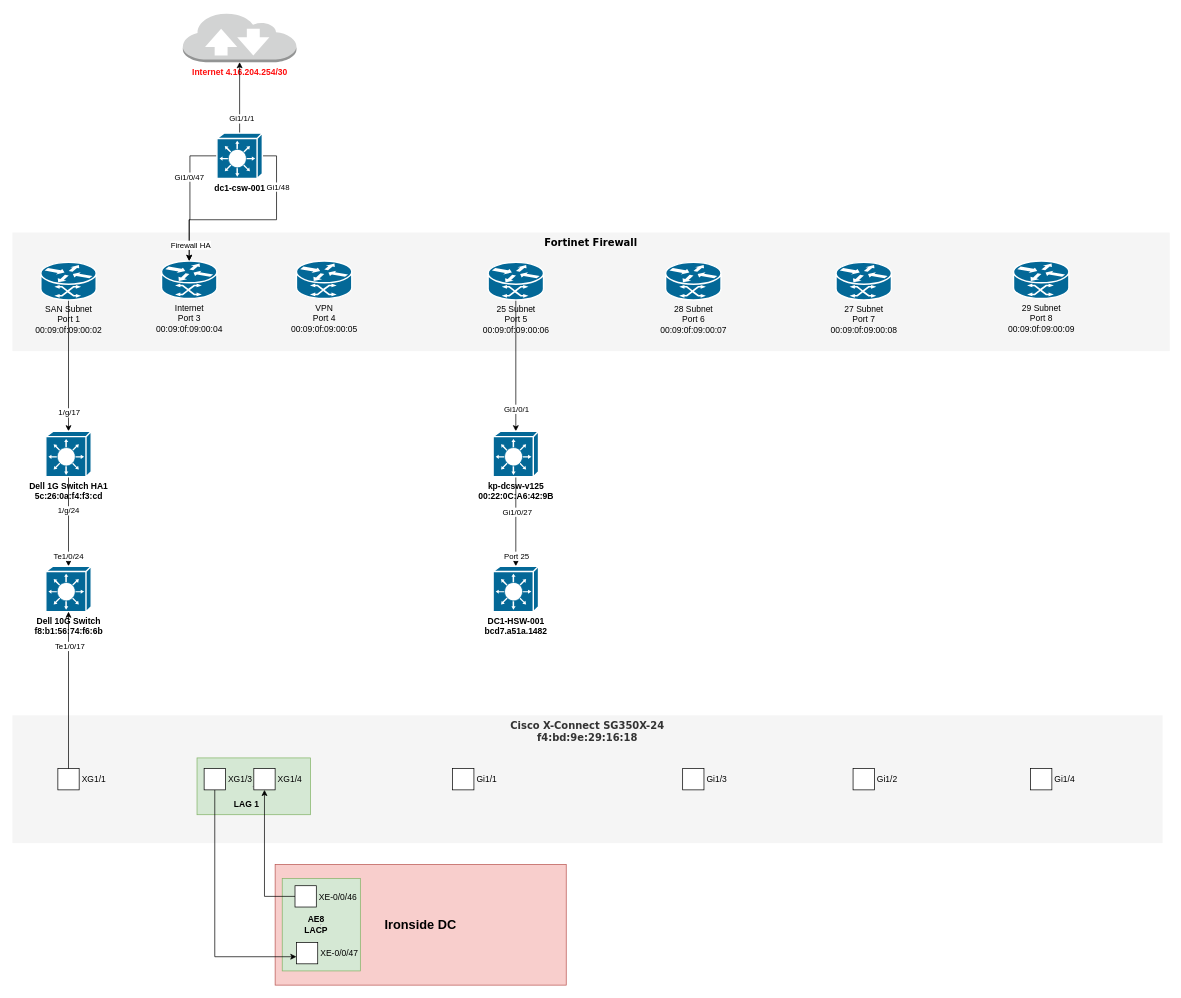
The draw.io diagram Kifer.drawio in nhackl/Draw.io, before the edit. Source tidied: cells renumbered, new cells numbered last; positions are measured from the earlier drawing's top-left corner, leaving out a move shared by most shapes. Both pictures are drawn from the tidied source at 71%, with x=0, y=0 at pixel (12, 12).
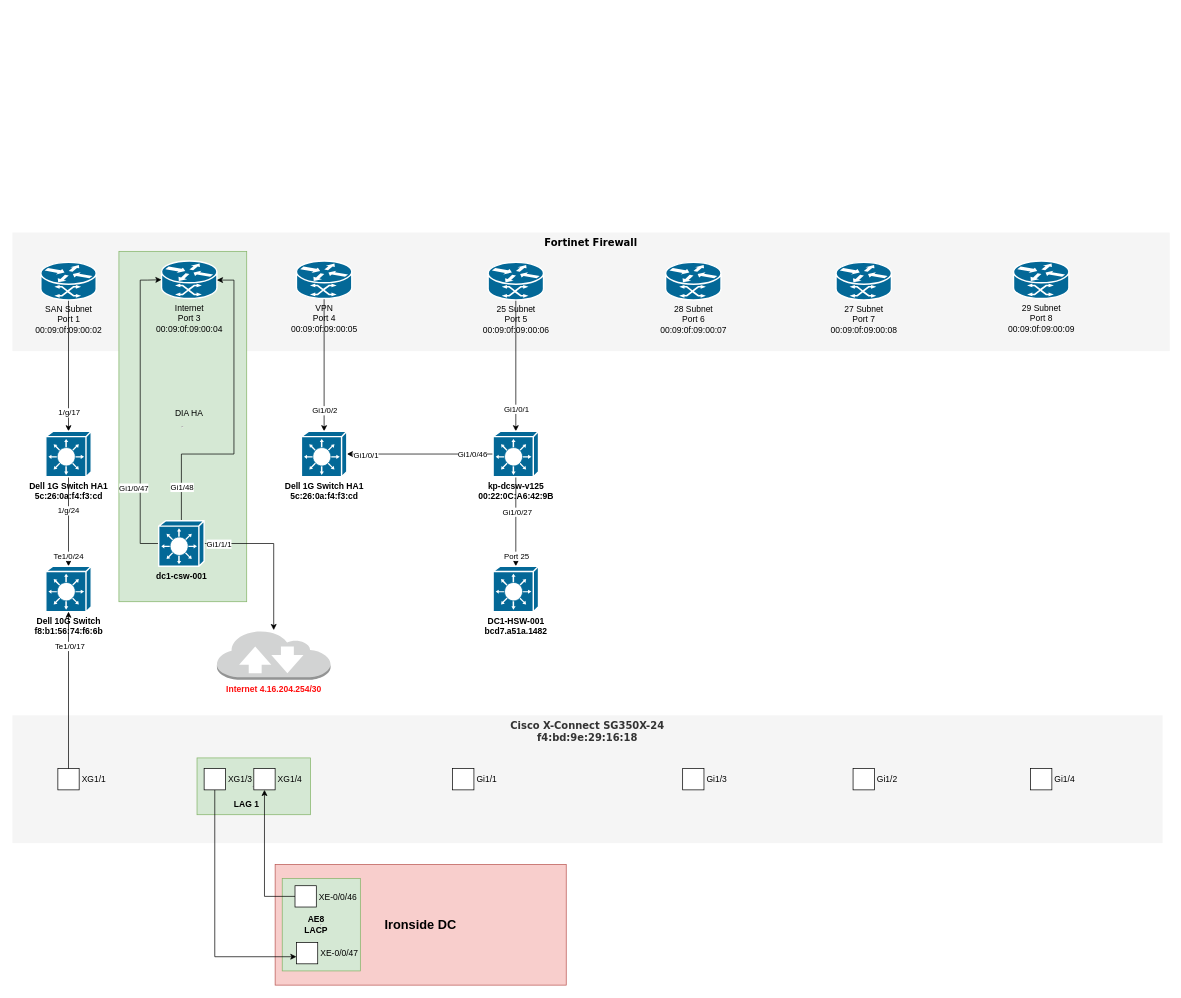
The same diagram, later.

The change refers to these unchanged cells:
```xml
<mxCell id="16" value="&lt;div&gt;VPN&lt;/div&gt;&lt;div&gt;Port 4&lt;/div&gt;&lt;div&gt;00:09:0f:09:00:05&lt;/div&gt;" style="shape=mxgraph.cisco.routers.atm_router;sketch=0;html=1;dashed=0;fillColor=#036897;strokeColor=#ffffff;strokeWidth=2;verticalLabelPosition=bottom;verticalAlign=top;align=center;outlineConnect=0;" parent="1" vertex="1">
  <mxGeometry x="400" y="350" width="78" height="53" as="geometry" />
</mxCell>
<mxCell id="17" value="&lt;div&gt;Internet&lt;/div&gt;&lt;div&gt;Port 3&lt;/div&gt;&lt;div&gt;00:09:0f:09:00:04&lt;/div&gt;" style="shape=mxgraph.cisco.routers.atm_router;sketch=0;html=1;dashed=0;fillColor=#036897;strokeColor=#ffffff;strokeWidth=2;verticalLabelPosition=bottom;verticalAlign=top;align=center;outlineConnect=0;" parent="1" vertex="1">
  <mxGeometry x="210" y="350" width="78" height="53" as="geometry" />
</mxCell>
<mxCell id="22" value="&lt;div&gt;&lt;b&gt;kp-dcsw-v125&lt;br&gt;&lt;/b&gt;&lt;/div&gt;&lt;div&gt;&lt;b&gt;00:22:0C:A6:42:9B&lt;/b&gt;&lt;/div&gt;" style="shape=mxgraph.cisco.switches.layer_3_switch;sketch=0;html=1;dashed=0;fillColor=#036897;strokeColor=#ffffff;strokeWidth=2;verticalLabelPosition=bottom;verticalAlign=top;align=center;outlineConnect=0;" parent="1" vertex="1">
  <mxGeometry x="677" y="590" width="64" height="64" as="geometry" />
</mxCell>
<mxCell id="28" style="edgeStyle=orthogonalEdgeStyle;rounded=0;jettySize=auto;html=1;" parent="1" edge="1" source="30" target="18">
  <mxGeometry relative="1" as="geometry" />
</mxCell>
```

What changed in the source:
```diff
@@
+    <mxCell id="6" value="Fortinet Firewall" style="whiteSpace=wrap;html=1;rounded=0;shadow=0;comic=0;strokeWidth=1;fontFamily=Verdana;fontSize=14;fillColor=#f5f5f5;strokeColor=none;verticalAlign=top;fontStyle=1;" parent="1" vertex="1">
+      <mxGeometry y="310" width="1630" height="167" as="geometry" />
+    </mxCell>
+    <mxCell id="52" value="&lt;hr&gt;" style="rounded=0;whiteSpace=wrap;html=1;fillColor=#d5e8d4;strokeColor=#82b366;gradientColor=none;" parent="1" vertex="1">
+      <mxGeometry x="150" y="336.5" width="180" height="493.5" as="geometry" />
+    </mxCell>
@@
-    <mxCell id="6" value="Fortinet Firewall" style="whiteSpace=wrap;html=1;rounded=0;shadow=0;comic=0;strokeWidth=1;fontFamily=Verdana;fontSize=14;fillColor=#f5f5f5;strokeColor=none;verticalAlign=top;fontStyle=1;" parent="1" vertex="1">
-      <mxGeometry y="310" width="1630" height="167" as="geometry" />
-    </mxCell>
@@
+    <mxCell id="53" style="edgeStyle=orthogonalEdgeStyle;rounded=0;jettySize=auto;html=1;" parent="1" edge="1" source="16" target="58">
+      <mxGeometry relative="1" as="geometry" />
+    </mxCell>
+    <mxCell id="54" value="Gi1/0/2" style="edgeLabel;html=1;align=center;verticalAlign=middle;" parent="53" vertex="1">
+      <mxGeometry x="0.68" relative="1" as="geometry" />
+    </mxCell>
@@
     <mxCell id="18" value="&lt;font color=&quot;#ff0f0f&quot;&gt;&lt;b&gt;Internet 4.16.204.254/30&lt;/b&gt;&lt;/font&gt;" style="outlineConnect=0;dashed=0;verticalLabelPosition=bottom;verticalAlign=top;align=center;html=1;shape=mxgraph.aws3.internet_2;fillColor=#D2D3D3;gradientColor=none;" parent="1" vertex="1">
-      <mxGeometry x="240" width="160" height="70" as="geometry" />
+      <mxGeometry x="288" y="870" width="160" height="70" as="geometry" />
     </mxCell>
@@
+    <mxCell id="55" style="edgeStyle=orthogonalEdgeStyle;rounded=0;jettySize=auto;html=1;" parent="1" edge="1" source="22" target="58">
+      <mxGeometry relative="1" as="geometry" />
+    </mxCell>
+    <mxCell id="56" value="&lt;div&gt;Gi1/0/46&lt;/div&gt;" style="edgeLabel;html=1;align=center;verticalAlign=middle;" parent="55" vertex="1">
+      <mxGeometry x="-0.71" relative="1" as="geometry" />
+    </mxCell>
+    <mxCell id="57" value="&lt;div&gt;Gi1/0/1&lt;/div&gt;" style="edgeLabel;html=1;align=center;verticalAlign=middle;" parent="55" vertex="1">
+      <mxGeometry x="0.75" y="1" relative="1" as="geometry" />
+    </mxCell>
@@
-    <mxCell id="23" style="edgeStyle=orthogonalEdgeStyle;rounded=0;jettySize=auto;html=1;" parent="1" edge="1" source="30" target="17">
+    <mxCell id="23" style="edgeStyle=orthogonalEdgeStyle;rounded=0;jettySize=auto;html=1;entryX=0;entryY=0.5;entryDx=0;entryDy=0;entryPerimeter=0;exitX=0;exitY=0.5;exitDx=0;exitDy=0;exitPerimeter=0;" parent="1" edge="1" source="30" target="17">
       <mxGeometry relative="1" as="geometry">
         <Array as="points">
-          <mxPoint x="250" y="202" />
-          <mxPoint x="250" y="292" />
-          <mxPoint x="249" y="292" />
+          <mxPoint x="180" y="748" />
+          <mxPoint x="180" y="377" />
+          <mxPoint x="190" y="377" />
         </Array>
       </mxGeometry>
     </mxCell>
     <mxCell id="24" value="Gi1/0/47" style="edgeLabel;html=1;align=center;verticalAlign=middle;" parent="23" vertex="1">
-      <mxGeometry x="-0.28" y="-2" relative="1" as="geometry" />
+      <mxGeometry x="-0.28" y="-2" relative="1" as="geometry">
+        <mxPoint x="-12" y="49" as="offset" />
+      </mxGeometry>
     </mxCell>
-    <mxCell id="25" style="edgeStyle=orthogonalEdgeStyle;rounded=0;jettySize=auto;html=1;exitX=1;exitY=0.5;exitDx=0;exitDy=0;exitPerimeter=0;" parent="1" edge="1" source="30" target="17">
-      <mxGeometry relative="1" as="geometry" />
+    <mxCell id="25" style="edgeStyle=orthogonalEdgeStyle;rounded=0;jettySize=auto;html=1;" parent="1" edge="1" source="30" target="17">
+      <mxGeometry relative="1" as="geometry">
+        <Array as="points">
+          <mxPoint x="238" y="622" />
+          <mxPoint x="312" y="622" />
+          <mxPoint x="312" y="377" />
+        </Array>
+      </mxGeometry>
     </mxCell>
     <mxCell id="26" value="&lt;div&gt;Gi1/48&lt;/div&gt;" style="edgeLabel;html=1;align=center;verticalAlign=middle;" parent="25" vertex="1">
-      <mxGeometry x="-0.57" y="1" relative="1" as="geometry" />
+      <mxGeometry x="-0.57" y="1" relative="1" as="geometry">
+        <mxPoint y="47" as="offset" />
+      </mxGeometry>
     </mxCell>
-    <mxCell id="27" value="Firewall HA" style="edgeLabel;html=1;align=center;verticalAlign=middle;" parent="25" vertex="1">
-      <mxGeometry x="0.84" y="1" relative="1" as="geometry" />
-    </mxCell>
@@
     <mxCell id="29" value="&lt;div&gt;Gi1/1/1&lt;/div&gt;" style="edgeLabel;html=1;align=center;verticalAlign=middle;" parent="28" vertex="1">
-      <mxGeometry x="-0.58" y="-2" relative="1" as="geometry" />
+      <mxGeometry x="-0.58" y="-2" relative="1" as="geometry">
+        <mxPoint x="-26" y="-2" as="offset" />
+      </mxGeometry>
     </mxCell>
     <mxCell id="30" value="&lt;div&gt;&lt;b&gt;dc1-csw-001&lt;/b&gt;&lt;/div&gt;" style="shape=mxgraph.cisco.switches.layer_3_switch;sketch=0;html=1;dashed=0;fillColor=#036897;strokeColor=#ffffff;strokeWidth=2;verticalLabelPosition=bottom;verticalAlign=top;align=center;outlineConnect=0;" parent="1" vertex="1">
-      <mxGeometry x="288" y="170" width="64" height="64" as="geometry" />
+      <mxGeometry x="206" y="716" width="64" height="64" as="geometry" />
     </mxCell>
@@
+    <mxCell id="58" value="&lt;div&gt;&lt;b&gt;Dell 1G Switch HA1&lt;br&gt;&lt;/b&gt;&lt;/div&gt;&lt;div&gt;&lt;b&gt;5c:26:0a:f4:f3:cd&lt;/b&gt;&lt;br&gt;&lt;/div&gt;" style="shape=mxgraph.cisco.switches.layer_3_switch;sketch=0;html=1;dashed=0;fillColor=#036897;strokeColor=#ffffff;strokeWidth=2;verticalLabelPosition=bottom;verticalAlign=top;align=center;outlineConnect=0;" parent="1" vertex="1">
+      <mxGeometry x="407" y="590" width="64" height="64" as="geometry" />
+    </mxCell>
+    <mxCell id="59" value="DIA HA" style="text;html=1;align=center;verticalAlign=middle;whiteSpace=wrap;rounded=0;" parent="1" vertex="1">
+      <mxGeometry x="219" y="550" width="60" height="30" as="geometry" />
+    </mxCell>
```
